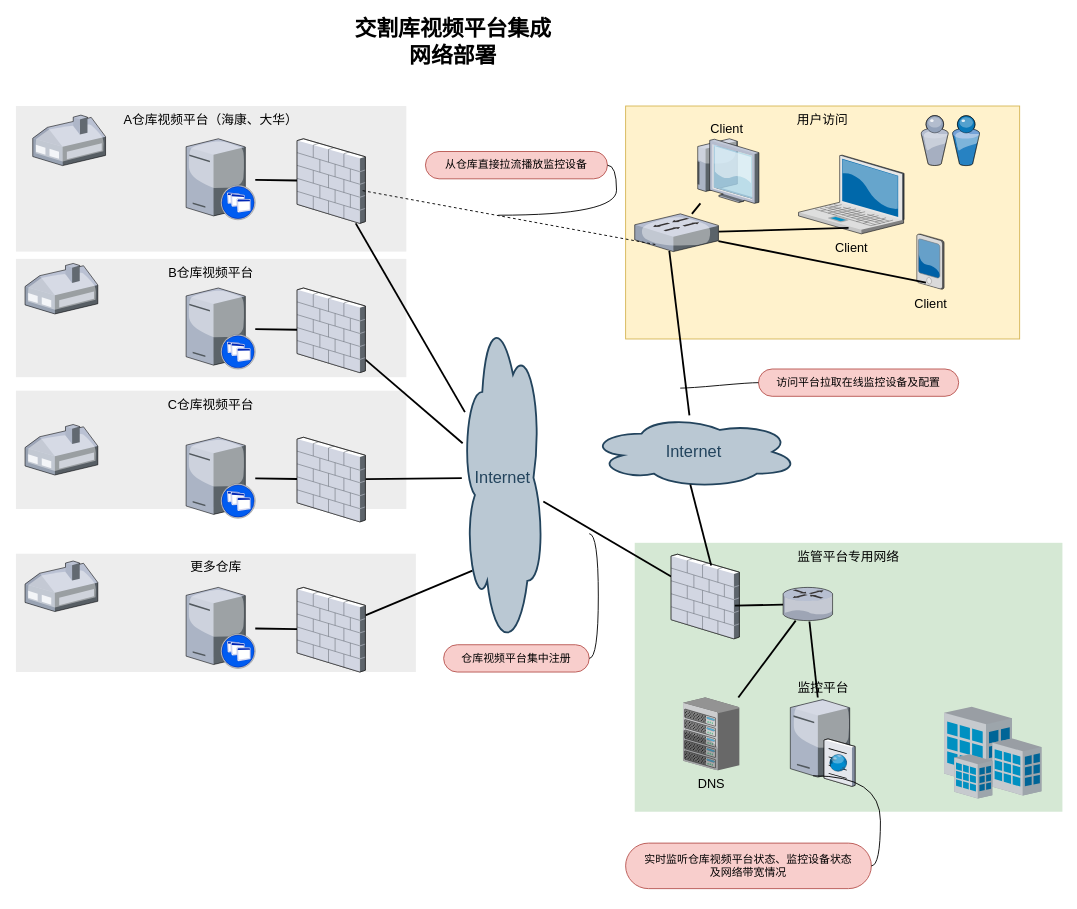
The draw.io diagram 未命名绘图.drawio in papacs/autoVideo, before the edit. Source tidied: cells renumbered, new cells numbered last; positions are measured from the earlier drawing's top-left corner, leaving out a move shared by most shapes. Both pictures are drawn from the tidied source at 91%, with x=0, y=0 at pixel (15, 24).
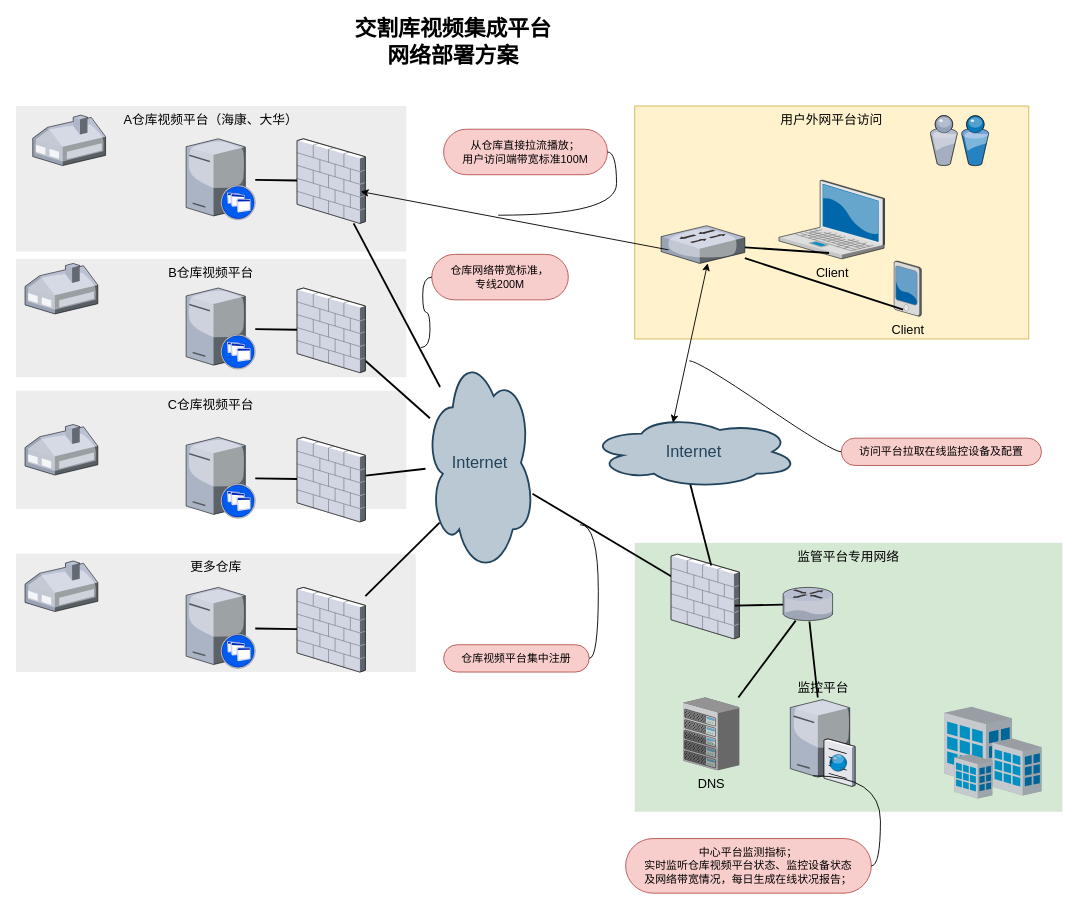
The same page after the edit.

Commit message:
更新未命名绘图.drawio

The change refers to these unchanged cells:
```xml
<mxCell id="25" style="verticalLabelPosition=bottom;html=1;verticalAlign=top;strokeColor=none;shape=mxgraph.citrix.firewall;fillColor=#66B2FF;gradientColor=#0066CC;fontSize=14;" parent="1" vertex="1">
  <mxGeometry x="309" y="126" width="75" height="93" as="geometry" />
</mxCell>
<mxCell id="48" value="Internet" style="ellipse;shape=cloud;whiteSpace=wrap;html=1;shadow=0;strokeColor=#23445D;fillColor=#BAC8D3;gradientColor=none;fontSize=18;fontColor=#23445D;gradientDirection=north;fontStyle=0;strokeWidth=2;" parent="1" vertex="1">
  <mxGeometry x="630" y="430" width="230" height="80" as="geometry" />
</mxCell>
<mxCell id="55" value="仓库视频平台集中注册" style="whiteSpace=wrap;html=1;rounded=1;arcSize=50;align=center;verticalAlign=middle;strokeWidth=1;spacing=4;newEdgeStyle={&quot;edgeStyle&quot;:&quot;entityRelationEdgeStyle&quot;,&quot;startArrow&quot;:&quot;none&quot;,&quot;endArrow&quot;:&quot;none&quot;,&quot;segment&quot;:10,&quot;curved&quot;:1,&quot;sourcePerimeterSpacing&quot;:0,&quot;targetPerimeterSpacing&quot;:0};fillColor=#f8cecc;strokeColor=#b85450;" parent="1" vertex="1">
  <mxGeometry x="470" y="682" width="160" height="30" as="geometry" />
</mxCell>
```

Change to the diagram source:
```diff
@@
-    <mxCell id="5" value="用户访问" style="whiteSpace=wrap;html=1;fillColor=#fff2cc;fontSize=14;strokeColor=#d6b656;verticalAlign=top;" parent="1" vertex="1">
-      <mxGeometry x="670" y="90" width="433" height="256" as="geometry" />
+    <mxCell id="5" value="用户外网平台访问" style="whiteSpace=wrap;html=1;fillColor=#fff2cc;fontSize=14;strokeColor=#d6b656;verticalAlign=top;" parent="1" vertex="1">
+      <mxGeometry x="680" y="90" width="433" height="256" as="geometry" />
     </mxCell>
@@
     <mxCell id="8" value="Client" style="verticalLabelPosition=bottom;html=1;verticalAlign=top;strokeColor=none;shape=mxgraph.citrix.laptop_2;fillColor=#66B2FF;gradientColor=#0066CC;fontSize=14;" parent="1" vertex="1">
-      <mxGeometry x="860" y="144" width="116" height="86.5" as="geometry" />
+      <mxGeometry x="838.5" y="171.5" width="116" height="86.5" as="geometry" />
     </mxCell>
     <mxCell id="9" value="Client" style="verticalLabelPosition=bottom;html=1;verticalAlign=top;strokeColor=none;shape=mxgraph.citrix.pda;fillColor=#66B2FF;gradientColor=#0066CC;fontSize=14;" parent="1" vertex="1">
-      <mxGeometry x="990" y="230.5" width="30" height="61" as="geometry" />
+      <mxGeometry x="965" y="260.2" width="30" height="61" as="geometry" />
     </mxCell>
@@
-    <mxCell id="20" style="edgeStyle=none;rounded=0;html=1;jettySize=auto;fontSize=14;endArrow=none;endFill=0;strokeWidth=2;entryX=0.413;entryY=0.982;entryDx=0;entryDy=0;entryPerimeter=0;" parent="1" edge="1" source="48" target="35">
-      <mxGeometry relative="1" as="geometry" />
-    </mxCell>
@@
-    <mxCell id="32" style="edgeStyle=none;rounded=0;html=1;startSize=10;endSize=10;jettySize=auto;fontSize=14;endArrow=none;endFill=0;strokeWidth=2;" parent="1" edge="1" source="35" target="36">
-      <mxGeometry relative="1" as="geometry" />
-    </mxCell>
@@
     <mxCell id="35" style="verticalLabelPosition=bottom;html=1;verticalAlign=top;strokeColor=none;shape=mxgraph.citrix.switch;fillColor=#66B2FF;gradientColor=#0066CC;fontSize=14;" parent="1" vertex="1">
-      <mxGeometry x="680" y="208.5" width="92" height="41.5" as="geometry" />
+      <mxGeometry x="709" y="221.5" width="92" height="41.5" as="geometry" />
     </mxCell>
-    <mxCell id="36" value="Client" style="verticalLabelPosition=top;html=1;verticalAlign=bottom;strokeColor=none;shape=mxgraph.citrix.thin_client;fillColor=#66B2FF;gradientColor=#0066CC;fontSize=14;labelPosition=center;align=center;" parent="1" vertex="1">
-      <mxGeometry x="745.5" y="126" width="71" height="71" as="geometry" />
-    </mxCell>
@@
-    <mxCell id="38" value="交割库视频平台集成&lt;br&gt;网络部署" style="text;strokeColor=none;fillColor=none;html=1;fontSize=24;fontStyle=1;verticalAlign=middle;align=center;" parent="1" vertex="1">
+    <mxCell id="38" value="交割库视频集成平台&lt;br&gt;网络部署方案" style="text;strokeColor=none;fillColor=none;html=1;fontSize=24;fontStyle=1;verticalAlign=middle;align=center;" parent="1" vertex="1">
       <mxGeometry x="49" width="861" height="40" as="geometry" />
     </mxCell>
@@
     <mxCell id="44" value="Internet" style="ellipse;shape=cloud;whiteSpace=wrap;html=1;shadow=0;strokeColor=#23445D;fillColor=#BAC8D3;gradientColor=none;fontSize=18;fontColor=#23445D;gradientDirection=north;fontStyle=0;strokeWidth=2;" parent="1" vertex="1">
-      <mxGeometry x="490" y="309.6" width="90" height="377.8" as="geometry" />
+      <mxGeometry x="450" y="360" width="120" height="244" as="geometry" />
     </mxCell>
@@
     <mxCell id="47" style="verticalLabelPosition=bottom;sketch=0;html=1;verticalAlign=top;strokeColor=none;align=center;shape=mxgraph.citrix.users;" parent="1" vertex="1">
-      <mxGeometry x="994.5" y="100.5" width="64.5" height="55" as="geometry" />
+      <mxGeometry x="1004.5" y="100.5" width="64.5" height="55" as="geometry" />
     </mxCell>
@@
-    <mxCell id="50" style="endArrow=none;dashed=1;html=1;rounded=0;entryX=0.25;entryY=0.813;entryDx=0;entryDy=0;entryPerimeter=0;exitX=0.96;exitY=0.613;exitDx=0;exitDy=0;exitPerimeter=0;" parent="1" edge="1" source="25" target="35">
-      <mxGeometry relative="1" as="geometry" />
-    </mxCell>
     <mxCell id="51" value="访问平台拉取在线监控设备及配置" style="whiteSpace=wrap;html=1;rounded=1;arcSize=50;align=center;verticalAlign=middle;strokeWidth=1;spacing=4;newEdgeStyle={&quot;edgeStyle&quot;:&quot;entityRelationEdgeStyle&quot;,&quot;startArrow&quot;:&quot;none&quot;,&quot;endArrow&quot;:&quot;none&quot;,&quot;segment&quot;:10,&quot;curved&quot;:1,&quot;sourcePerimeterSpacing&quot;:0,&quot;targetPerimeterSpacing&quot;:0};fillColor=#f8cecc;strokeColor=#b85450;" parent="1" vertex="1">
-      <mxGeometry x="816" y="379" width="220" height="30" as="geometry" />
+      <mxGeometry x="907" y="455" width="220" height="30" as="geometry" />
     </mxCell>
     <mxCell id="52" style="edgeStyle=entityRelationEdgeStyle;startArrow=none;endArrow=none;segment=10;curved=1;sourcePerimeterSpacing=0;targetPerimeterSpacing=0;rounded=0;" parent="1" edge="1" target="51">
       <mxGeometry relative="1" as="geometry">
-        <mxPoint x="730" y="400" as="sourcePoint" />
+        <mxPoint x="740" y="370" as="sourcePoint" />
       </mxGeometry>
     </mxCell>
-    <mxCell id="53" value="从仓库直接拉流播放监控设备" style="whiteSpace=wrap;html=1;rounded=1;arcSize=50;align=center;verticalAlign=middle;strokeWidth=1;spacing=4;newEdgeStyle={&quot;edgeStyle&quot;:&quot;entityRelationEdgeStyle&quot;,&quot;startArrow&quot;:&quot;none&quot;,&quot;endArrow&quot;:&quot;none&quot;,&quot;segment&quot;:10,&quot;curved&quot;:1,&quot;sourcePerimeterSpacing&quot;:0,&quot;targetPerimeterSpacing&quot;:0};fillColor=#f8cecc;strokeColor=#b85450;" parent="1" vertex="1">
-      <mxGeometry x="450" y="140" width="200" height="30" as="geometry" />
+    <mxCell id="53" value="从仓库直接拉流播放；&lt;br&gt;用户访问端带宽标准100M" style="whiteSpace=wrap;html=1;rounded=1;arcSize=50;align=center;verticalAlign=middle;strokeWidth=1;spacing=4;newEdgeStyle={&quot;edgeStyle&quot;:&quot;entityRelationEdgeStyle&quot;,&quot;startArrow&quot;:&quot;none&quot;,&quot;endArrow&quot;:&quot;none&quot;,&quot;segment&quot;:10,&quot;curved&quot;:1,&quot;sourcePerimeterSpacing&quot;:0,&quot;targetPerimeterSpacing&quot;:0};fillColor=#f8cecc;strokeColor=#b85450;" parent="1" vertex="1">
+      <mxGeometry x="470" y="115.5" width="180" height="50" as="geometry" />
     </mxCell>
@@
     <mxCell id="56" style="edgeStyle=entityRelationEdgeStyle;startArrow=none;endArrow=none;segment=10;curved=1;sourcePerimeterSpacing=0;targetPerimeterSpacing=0;rounded=0;" parent="1" edge="1" target="55">
       <mxGeometry relative="1" as="geometry">
-        <mxPoint x="630" y="560" as="sourcePoint" />
+        <mxPoint x="620" y="550" as="sourcePoint" />
       </mxGeometry>
     </mxCell>
-    <mxCell id="57" value="实时监听仓库视频平台状态、监控设备状态&lt;br&gt;及网络带宽情况" style="whiteSpace=wrap;html=1;rounded=1;arcSize=50;align=center;verticalAlign=middle;strokeWidth=1;spacing=4;newEdgeStyle={&quot;edgeStyle&quot;:&quot;entityRelationEdgeStyle&quot;,&quot;startArrow&quot;:&quot;none&quot;,&quot;endArrow&quot;:&quot;none&quot;,&quot;segment&quot;:10,&quot;curved&quot;:1,&quot;sourcePerimeterSpacing&quot;:0,&quot;targetPerimeterSpacing&quot;:0};fillColor=#f8cecc;strokeColor=#b85450;" parent="1" vertex="1">
-      <mxGeometry x="670" y="900" width="270" height="50" as="geometry" />
+    <mxCell id="57" value="中心平台监测指标；&lt;br&gt;实时监听仓库视频平台状态、监控设备状态&lt;br&gt;及网络带宽情况，每日生成在线状况报告；" style="whiteSpace=wrap;html=1;rounded=1;arcSize=50;align=center;verticalAlign=middle;strokeWidth=1;spacing=4;newEdgeStyle={&quot;edgeStyle&quot;:&quot;entityRelationEdgeStyle&quot;,&quot;startArrow&quot;:&quot;none&quot;,&quot;endArrow&quot;:&quot;none&quot;,&quot;segment&quot;:10,&quot;curved&quot;:1,&quot;sourcePerimeterSpacing&quot;:0,&quot;targetPerimeterSpacing&quot;:0};fillColor=#f8cecc;strokeColor=#b85450;" parent="1" vertex="1">
+      <mxGeometry x="670" y="895" width="270" height="60" as="geometry" />
     </mxCell>
@@
+    <mxCell id="59" style="endArrow=classic;html=1;rounded=0;entryX=0.933;entryY=0.624;entryDx=0;entryDy=0;entryPerimeter=0;exitX=0.087;exitY=0.639;exitDx=0;exitDy=0;exitPerimeter=0;" parent="1" edge="1" source="35" target="25">
+      <mxGeometry relative="1" as="geometry" />
+    </mxCell>
+    <mxCell id="60" value="仓库网络带宽标准，&lt;br&gt;专线200M" style="whiteSpace=wrap;html=1;rounded=1;arcSize=50;align=center;verticalAlign=middle;strokeWidth=1;spacing=4;newEdgeStyle={&quot;edgeStyle&quot;:&quot;entityRelationEdgeStyle&quot;,&quot;startArrow&quot;:&quot;none&quot;,&quot;endArrow&quot;:&quot;none&quot;,&quot;segment&quot;:10,&quot;curved&quot;:1,&quot;sourcePerimeterSpacing&quot;:0,&quot;targetPerimeterSpacing&quot;:0};fillColor=#f8cecc;strokeColor=#b85450;" parent="1" vertex="1">
+      <mxGeometry x="457" y="253" width="150" height="50" as="geometry" />
+    </mxCell>
+    <mxCell id="61" style="edgeStyle=entityRelationEdgeStyle;startArrow=none;endArrow=none;segment=10;curved=1;sourcePerimeterSpacing=0;targetPerimeterSpacing=0;rounded=0;" parent="1" edge="1" target="60">
+      <mxGeometry relative="1" as="geometry">
+        <mxPoint x="445" y="355.5" as="sourcePoint" />
+      </mxGeometry>
+    </mxCell>
+    <mxCell id="20" style="endArrow=classic;startArrow=classic;html=1;rounded=0;entryX=0.556;entryY=0.994;entryDx=0;entryDy=0;entryPerimeter=0;exitX=0.4;exitY=0.1;exitDx=0;exitDy=0;exitPerimeter=0;" parent="1" edge="1" source="48" target="35">
+      <mxGeometry relative="1" as="geometry" />
+    </mxCell>
```
